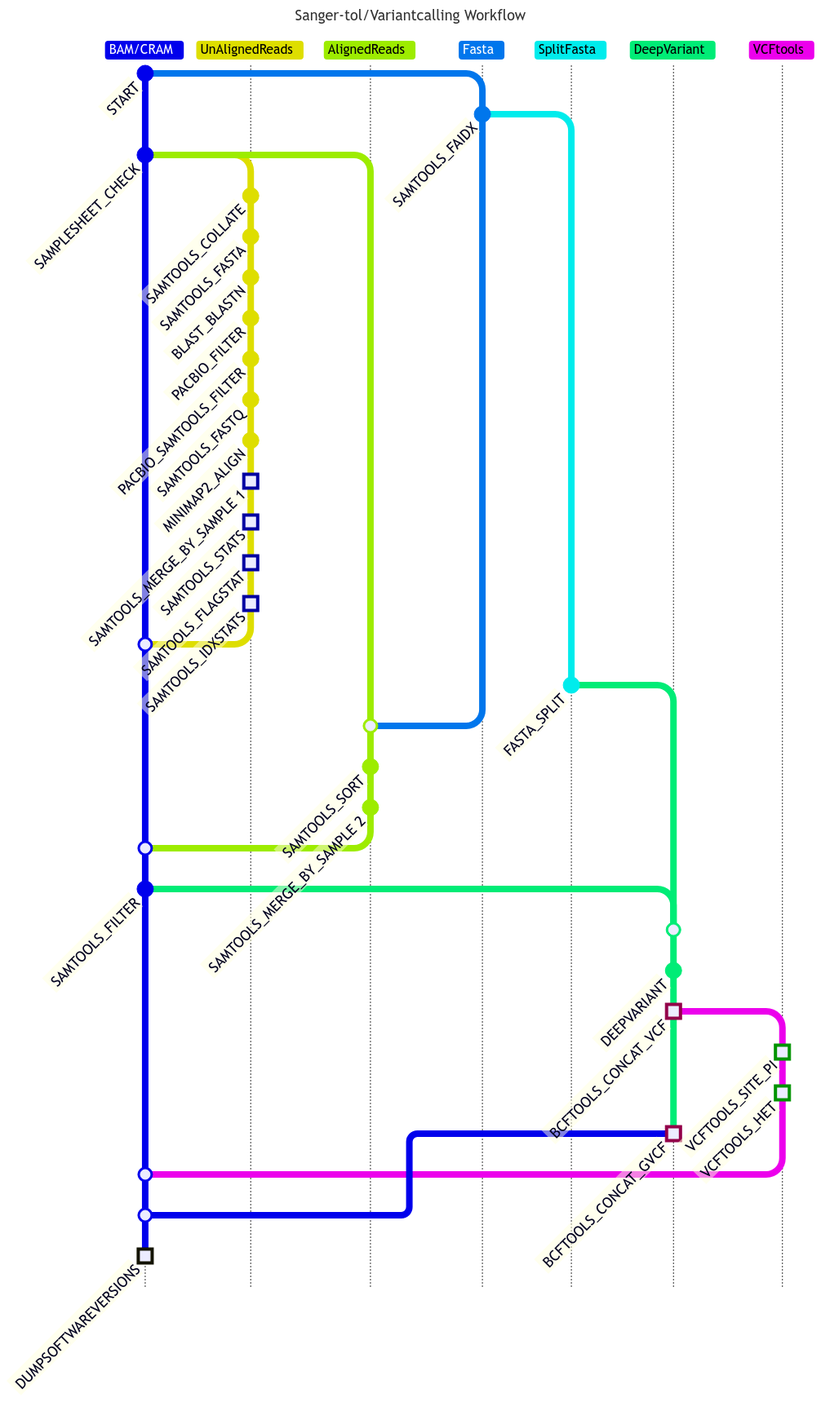
sanger-tol/variantcalling keeps this Mermaid diagram as docs/images/mermaid-diagram.png. Above is the earlier version. Its source is kept beside it as docs/images/mermaid-diagram.mmd.
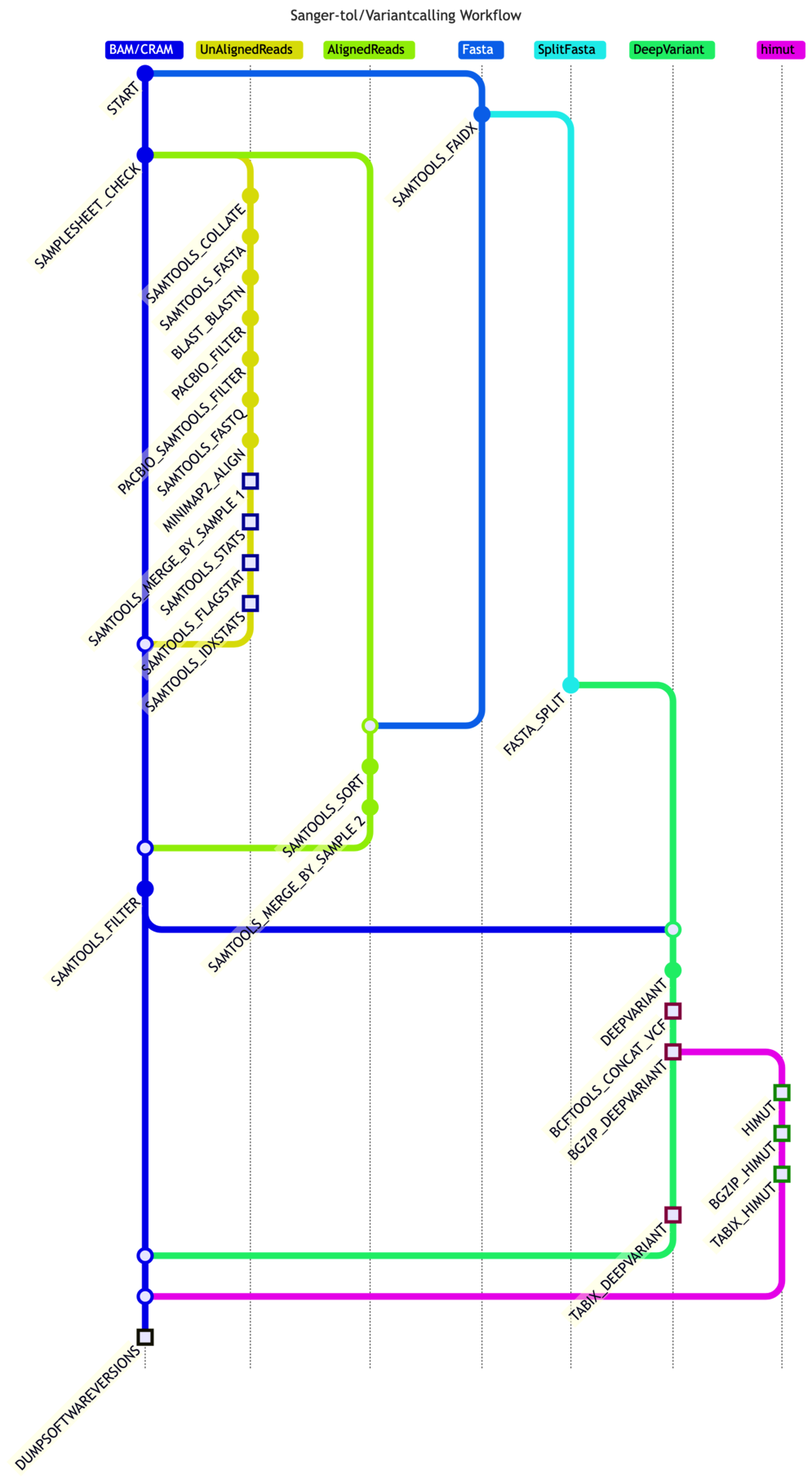
The same file after the commit.

The edit, as a diff of the source:
```diff
@@ -46,6 +46,14 @@
 merge BAM/CRAM
 commit id: "DEEPVARIANT"
 commit id: "BCFTOOLS_CONCAT_VCF" type: HIGHLIGHT
+commit id: "BGZIP_DEEPVARIANT" type: HIGHLIGHT
+branch "himut" order: 7
+commit id: "HIMUT" type: HIGHLIGHT
+commit id: "BGZIP_HIMUT" type: HIGHLIGHT
+commit id: "TABIX_HIMUT" type: HIGHLIGHT
+checkout DeepVariant
+commit id: "TABIX_DEEPVARIANT" type: HIGHLIGHT
 checkout BAM/CRAM
 merge DeepVariant
+merge himut
 commit id: "DUMPSOFTWAREVERSIONS" type: HIGHLIGHT
```
